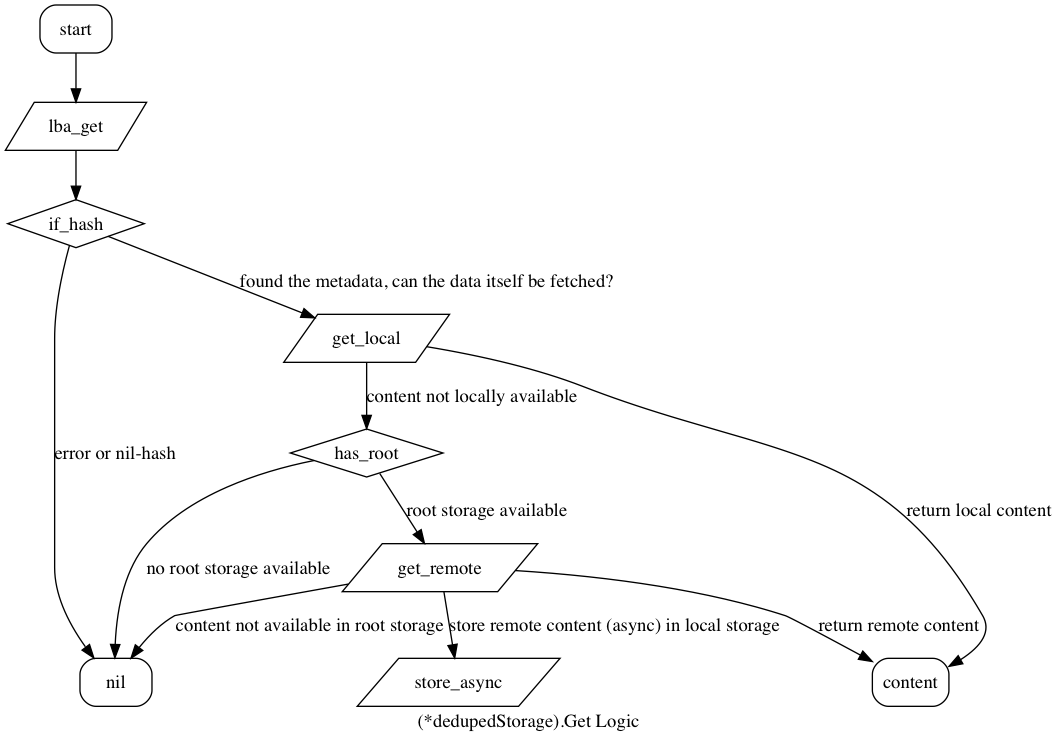
g8os/EFBD keeps this Graphviz diagram as docs/assets/deduped_get.png. Above is the earlier version. Its source is kept beside it as docs/assets/src/deduped_get.dot. Its diagram source:
```dot
digraph {
    label="(*dedupedStorage).Get Logic";

    node[shape="box", style="rounded"]
       start; content; nil;
    node[shape="parallelogram", style=""]
       lba_get; get_local; get_remote; store_async;
    node[shape="diamond", style=""]
       if_hash; has_root;

    start -> lba_get;
    lba_get -> if_hash;
    if_hash -> nil[label="error or nil-hash"];
    if_hash -> get_local[label="found the metadata, can the data itself be fetched?"];
    get_local -> content[label="return local content"];
    get_local -> has_root[label="content not locally available"];
    has_root -> nil[label="no root storage available"];
    has_root -> get_remote[label="root storage available"];
    get_remote -> nil[label="content not available in root storage"];
    get_remote -> store_async[label="store remote content (async) in local storage"];
    get_remote -> content[label="return remote content"];
}
```
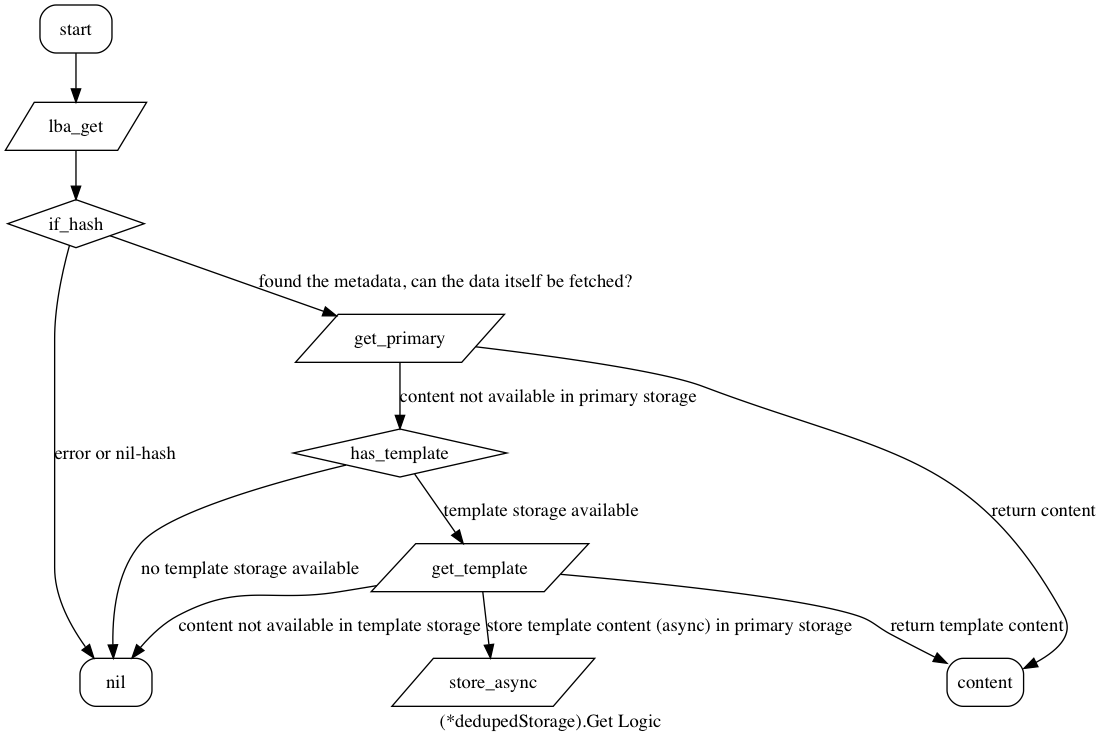
After the commit.

The edit, as a diff of the source:
```diff
@@ -4,19 +4,19 @@
     node[shape="box", style="rounded"]
        start; content; nil;
     node[shape="parallelogram", style=""]
-       lba_get; get_local; get_remote; store_async;
+       lba_get; get_primary; get_template; store_async;
     node[shape="diamond", style=""]
-       if_hash; has_root;
+       if_hash; has_template;
 
     start -> lba_get;
     lba_get -> if_hash;
     if_hash -> nil[label="error or nil-hash"];
-    if_hash -> get_local[label="found the metadata, can the data itself be fetched?"];
-    get_local -> content[label="return local content"];
-    get_local -> has_root[label="content not locally available"];
-    has_root -> nil[label="no root storage available"];
-    has_root -> get_remote[label="root storage available"];
-    get_remote -> nil[label="content not available in root storage"];
-    get_remote -> store_async[label="store remote content (async) in local storage"];
-    get_remote -> content[label="return remote content"];
+    if_hash -> get_primary[label="found the metadata, can the data itself be fetched?"];
+    get_primary -> content[label="return content"];
+    get_primary -> has_template[label="content not available in primary storage"];
+    has_template -> nil[label="no template storage available"];
+    has_template -> get_template[label="template storage available"];
+    get_template -> nil[label="content not available in template storage"];
+    get_template -> store_async[label="store template content (async) in primary storage"];
+    get_template -> content[label="return template content"];
 }
```
